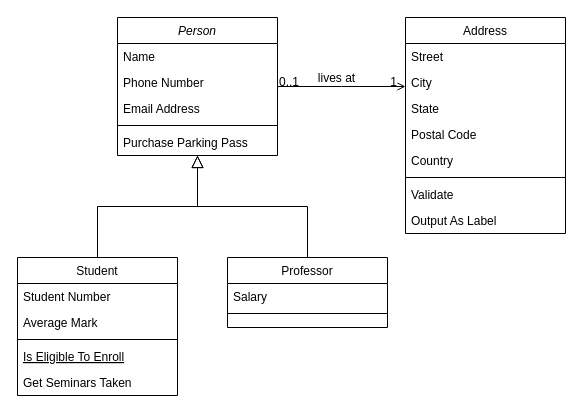
The draw.io diagram Diagrama sem nome.drawio in leozin-amaral18/Ti2-Backend, before the edit. Source tidied: cells renumbered, new cells numbered last; positions are measured from the earlier drawing's top-left corner, leaving out a move shared by most shapes. Both pictures are drawn from the tidied source at 100%, with x=0, y=0 at pixel (17, 17).
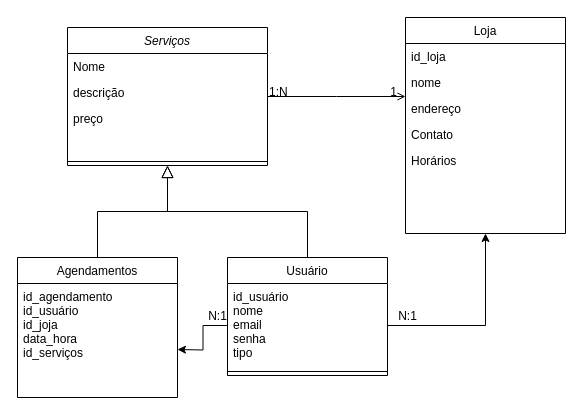
After the change.

Unchanged cells that the change refers to:
```xml
<mxCell id="28" style="endArrow=open;shadow=0;strokeWidth=1;rounded=0;curved=0;endFill=1;edgeStyle=elbowEdgeStyle;elbow=vertical;" parent="1" edge="1" source="2" target="19">
  <mxGeometry x="0.5" y="41" relative="1" as="geometry">
    <mxPoint x="-40" y="32" as="offset" />
  </mxGeometry>
</mxCell>
```

What changed in the source:
```diff
@@
-    <mxCell id="2" value="Person" style="swimlane;fontStyle=2;align=center;verticalAlign=top;horizontal=1;startSize=26;rounded=0;shadow=0;strokeWidth=1;" parent="1" vertex="1">
-      <mxGeometry x="100" width="160" height="138" as="geometry" />
+    <mxCell id="2" value="Serviços" style="swimlane;fontStyle=2;align=center;verticalAlign=top;horizontal=1;startSize=26;rounded=0;shadow=0;strokeWidth=1;" parent="1" vertex="1">
+      <mxGeometry x="50" y="10" width="200" height="138" as="geometry" />
     </mxCell>
-    <mxCell id="3" value="Name" style="text;align=left;verticalAlign=top;spacingLeft=4;spacingRight=4;overflow=hidden;" parent="2" vertex="1">
-      <mxGeometry y="26" width="160" height="26" as="geometry" />
+    <mxCell id="3" value="Nome" style="text;align=left;verticalAlign=top;spacingLeft=4;spacingRight=4;overflow=hidden;" parent="2" vertex="1">
+      <mxGeometry y="26" width="200" height="26" as="geometry" />
     </mxCell>
-    <mxCell id="4" value="Phone Number" style="text;align=left;verticalAlign=top;spacingLeft=4;spacingRight=4;overflow=hidden;rounded=0;shadow=0;html=0;" parent="2" vertex="1">
-      <mxGeometry y="52" width="160" height="26" as="geometry" />
+    <mxCell id="4" value="descrição" style="text;align=left;verticalAlign=top;spacingLeft=4;spacingRight=4;overflow=hidden;rounded=0;shadow=0;html=0;" parent="2" vertex="1">
+      <mxGeometry y="52" width="200" height="26" as="geometry" />
     </mxCell>
-    <mxCell id="5" value="Email Address" style="text;align=left;verticalAlign=top;spacingLeft=4;spacingRight=4;overflow=hidden;rounded=0;shadow=0;html=0;" parent="2" vertex="1">
-      <mxGeometry y="78" width="160" height="26" as="geometry" />
+    <mxCell id="5" value="preço" style="text;align=left;verticalAlign=top;spacingLeft=4;spacingRight=4;overflow=hidden;rounded=0;shadow=0;html=0;" parent="2" vertex="1">
+      <mxGeometry y="78" width="200" height="26" as="geometry" />
     </mxCell>
-    <mxCell id="6" style="line;html=1;strokeWidth=1;align=left;verticalAlign=middle;spacingTop=-1;spacingLeft=3;spacingRight=3;labelPosition=right;" parent="2" vertex="1">
-      <mxGeometry y="104" width="160" height="8" as="geometry" />
-    </mxCell>
-    <mxCell id="7" value="Purchase Parking Pass" style="text;align=left;verticalAlign=top;spacingLeft=4;spacingRight=4;overflow=hidden;" parent="2" vertex="1">
-      <mxGeometry y="112" width="160" height="26" as="geometry" />
-    </mxCell>
-    <mxCell id="8" value="Student" style="swimlane;fontStyle=0;align=center;verticalAlign=top;horizontal=1;startSize=26;rounded=0;shadow=0;strokeWidth=1;" parent="1" vertex="1">
-      <mxGeometry y="240" width="160" height="138" as="geometry" />
+    <mxCell id="8" value="Agendamentos" style="swimlane;fontStyle=0;align=center;verticalAlign=top;horizontal=1;startSize=26;rounded=0;shadow=0;strokeWidth=1;" parent="1" vertex="1">
+      <mxGeometry y="240" width="160" height="140" as="geometry" />
     </mxCell>
-    <mxCell id="9" value="Student Number" style="text;align=left;verticalAlign=top;spacingLeft=4;spacingRight=4;overflow=hidden;" parent="8" vertex="1">
-      <mxGeometry y="26" width="160" height="26" as="geometry" />
+    <mxCell id="9" value="id_agendamento&#10;id_usuário&#10;id_joja&#10;data_hora&#10;id_serviços&#10;" style="text;align=left;verticalAlign=top;spacingLeft=4;spacingRight=4;overflow=hidden;" parent="8" vertex="1">
+      <mxGeometry y="26" width="160" height="104" as="geometry" />
     </mxCell>
-    <mxCell id="10" value="Average Mark" style="text;align=left;verticalAlign=top;spacingLeft=4;spacingRight=4;overflow=hidden;rounded=0;shadow=0;html=0;" parent="8" vertex="1">
-      <mxGeometry y="52" width="160" height="26" as="geometry" />
-    </mxCell>
-    <mxCell id="11" style="line;html=1;strokeWidth=1;align=left;verticalAlign=middle;spacingTop=-1;spacingLeft=3;spacingRight=3;labelPosition=right;" parent="8" vertex="1">
-      <mxGeometry y="78" width="160" height="8" as="geometry" />
-    </mxCell>
-    <mxCell id="12" value="Is Eligible To Enroll" style="text;align=left;verticalAlign=top;spacingLeft=4;spacingRight=4;overflow=hidden;fontStyle=4;" parent="8" vertex="1">
-      <mxGeometry y="86" width="160" height="26" as="geometry" />
-    </mxCell>
-    <mxCell id="13" value="Get Seminars Taken" style="text;align=left;verticalAlign=top;spacingLeft=4;spacingRight=4;overflow=hidden;" parent="8" vertex="1">
-      <mxGeometry y="112" width="160" height="26" as="geometry" />
-    </mxCell>
@@
-    <mxCell id="15" value="Professor" style="swimlane;fontStyle=0;align=center;verticalAlign=top;horizontal=1;startSize=26;rounded=0;shadow=0;strokeWidth=1;" parent="1" vertex="1">
-      <mxGeometry x="210" y="240" width="160" height="70" as="geometry" />
+    <mxCell id="15" value="Usuário" style="swimlane;fontStyle=0;align=center;verticalAlign=top;horizontal=1;startSize=26;rounded=0;shadow=0;strokeWidth=1;" parent="1" vertex="1">
+      <mxGeometry x="210" y="240" width="160" height="118" as="geometry" />
     </mxCell>
-    <mxCell id="16" value="Salary" style="text;align=left;verticalAlign=top;spacingLeft=4;spacingRight=4;overflow=hidden;points=[[0,0.5],[1,0.5]];portConstraint=eastwest;" parent="15" vertex="1">
-      <mxGeometry y="26" width="160" height="26" as="geometry" />
+    <mxCell id="16" value="id_usuário&#10;nome&#10;email&#10;senha&#10;tipo" style="text;align=left;verticalAlign=top;spacingLeft=4;spacingRight=4;overflow=hidden;points=[[0,0.5],[1,0.5]];portConstraint=eastwest;" parent="15" vertex="1">
+      <mxGeometry y="26" width="160" height="84" as="geometry" />
     </mxCell>
     <mxCell id="17" style="line;html=1;strokeWidth=1;align=left;verticalAlign=middle;spacingTop=-1;spacingLeft=3;spacingRight=3;labelPosition=right;" parent="15" vertex="1">
-      <mxGeometry y="52" width="160" height="8" as="geometry" />
+      <mxGeometry y="110" width="160" height="8" as="geometry" />
     </mxCell>
@@
-    <mxCell id="19" value="Address" style="swimlane;fontStyle=0;align=center;verticalAlign=top;horizontal=1;startSize=26;rounded=0;shadow=0;strokeWidth=1;" parent="1" vertex="1">
+    <mxCell id="19" value="Loja" style="swimlane;fontStyle=0;align=center;verticalAlign=top;horizontal=1;startSize=26;rounded=0;shadow=0;strokeWidth=1;" parent="1" vertex="1">
       <mxGeometry x="388" width="160" height="216" as="geometry" />
     </mxCell>
-    <mxCell id="20" value="Street" style="text;align=left;verticalAlign=top;spacingLeft=4;spacingRight=4;overflow=hidden;" parent="19" vertex="1">
+    <mxCell id="20" value="id_loja" style="text;align=left;verticalAlign=top;spacingLeft=4;spacingRight=4;overflow=hidden;" parent="19" vertex="1">
       <mxGeometry y="26" width="160" height="26" as="geometry" />
     </mxCell>
-    <mxCell id="21" value="City" style="text;align=left;verticalAlign=top;spacingLeft=4;spacingRight=4;overflow=hidden;rounded=0;shadow=0;html=0;" parent="19" vertex="1">
+    <mxCell id="21" value="nome" style="text;align=left;verticalAlign=top;spacingLeft=4;spacingRight=4;overflow=hidden;rounded=0;shadow=0;html=0;" parent="19" vertex="1">
       <mxGeometry y="52" width="160" height="26" as="geometry" />
     </mxCell>
-    <mxCell id="22" value="State" style="text;align=left;verticalAlign=top;spacingLeft=4;spacingRight=4;overflow=hidden;rounded=0;shadow=0;html=0;" parent="19" vertex="1">
+    <mxCell id="22" value="endereço" style="text;align=left;verticalAlign=top;spacingLeft=4;spacingRight=4;overflow=hidden;rounded=0;shadow=0;html=0;" parent="19" vertex="1">
       <mxGeometry y="78" width="160" height="26" as="geometry" />
     </mxCell>
-    <mxCell id="23" value="Postal Code" style="text;align=left;verticalAlign=top;spacingLeft=4;spacingRight=4;overflow=hidden;rounded=0;shadow=0;html=0;" parent="19" vertex="1">
+    <mxCell id="23" value="Contato" style="text;align=left;verticalAlign=top;spacingLeft=4;spacingRight=4;overflow=hidden;rounded=0;shadow=0;html=0;" parent="19" vertex="1">
       <mxGeometry y="104" width="160" height="26" as="geometry" />
     </mxCell>
-    <mxCell id="24" value="Country" style="text;align=left;verticalAlign=top;spacingLeft=4;spacingRight=4;overflow=hidden;rounded=0;shadow=0;html=0;" parent="19" vertex="1">
+    <mxCell id="24" value="Horários" style="text;align=left;verticalAlign=top;spacingLeft=4;spacingRight=4;overflow=hidden;rounded=0;shadow=0;html=0;" parent="19" vertex="1">
       <mxGeometry y="130" width="160" height="26" as="geometry" />
     </mxCell>
-    <mxCell id="25" style="line;html=1;strokeWidth=1;align=left;verticalAlign=middle;spacingTop=-1;spacingLeft=3;spacingRight=3;labelPosition=right;" parent="19" vertex="1">
-      <mxGeometry y="156" width="160" height="8" as="geometry" />
-    </mxCell>
-    <mxCell id="26" value="Validate" style="text;align=left;verticalAlign=top;spacingLeft=4;spacingRight=4;overflow=hidden;" parent="19" vertex="1">
-      <mxGeometry y="164" width="160" height="26" as="geometry" />
-    </mxCell>
-    <mxCell id="27" value="Output As Label" style="text;align=left;verticalAlign=top;spacingLeft=4;spacingRight=4;overflow=hidden;" parent="19" vertex="1">
-      <mxGeometry y="190" width="160" height="26" as="geometry" />
-    </mxCell>
@@
-    <mxCell id="29" value="0..1" style="align=left;verticalAlign=bottom;labelBackgroundColor=none;fontSize=12;" parent="28" vertex="1">
+    <mxCell id="29" value="1:N" style="align=left;verticalAlign=bottom;labelBackgroundColor=none;fontSize=12;" parent="28" vertex="1">
       <mxGeometry x="-1" relative="1" as="geometry">
         <mxPoint y="4" as="offset" />
       </mxGeometry>
     </mxCell>
@@
-    <mxCell id="31" value="lives at" style="text;html=1;align=center;verticalAlign=middle;labelBackgroundColor=none;rounded=0;shadow=0;strokeWidth=1;fontSize=12;" parent="28" vertex="1">
-      <mxGeometry x="0.5" y="49" relative="1" as="geometry">
-        <mxPoint x="-38" y="40" as="offset" />
-      </mxGeometry>
-    </mxCell>
+    <mxCell id="32" style="edgeStyle=orthogonalEdgeStyle;rounded=0;jettySize=auto;html=1;" parent="1" edge="1" source="16">
+      <mxGeometry relative="1" as="geometry">
+        <mxPoint x="160" y="332" as="targetPoint" />
+      </mxGeometry>
+    </mxCell>
+    <mxCell id="33" value="N:1" style="text;html=1;align=center;verticalAlign=middle;strokeColor=none;fillColor=none;" parent="1" vertex="1">
+      <mxGeometry x="180" y="284" width="40" height="30" as="geometry" />
+    </mxCell>
+    <mxCell id="6" style="line;html=1;strokeWidth=1;align=left;verticalAlign=middle;spacingTop=-1;spacingLeft=3;spacingRight=3;labelPosition=right;" parent="1" vertex="1">
+      <mxGeometry x="50" y="140" width="200" height="8" as="geometry" />
+    </mxCell>
+    <mxCell id="34" style="edgeStyle=orthogonalEdgeStyle;rounded=0;jettySize=auto;html=1;entryX=0.5;entryY=1;entryDx=0;entryDy=0;" parent="1" edge="1" source="16" target="19">
+      <mxGeometry relative="1" as="geometry" />
+    </mxCell>
+    <mxCell id="35" value="N:1" style="text;html=1;align=center;verticalAlign=middle;strokeColor=none;fillColor=none;" parent="1" vertex="1">
+      <mxGeometry x="370" y="284" width="40" height="30" as="geometry" />
+    </mxCell>
```
